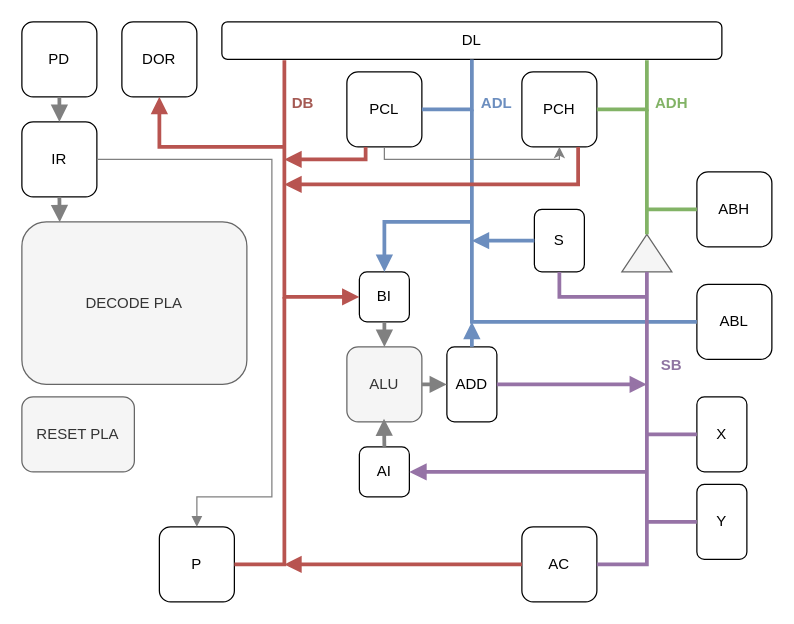
Above: Docs/TurtleCoreDiagram.drawio in Captainfl4me/TurtleCore (draw.io), before the change. Source tidied: cells renumbered, new cells numbered last; positions are measured from the earlier drawing's top-left corner, leaving out a move shared by most shapes. Both pictures are drawn from the tidied source at 125%, with x=0, y=0 at pixel (21, 21).
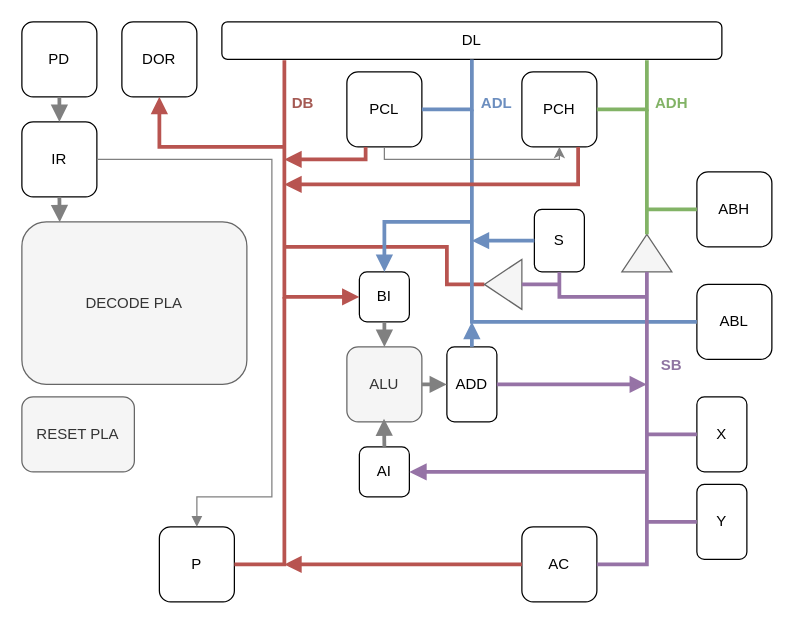
The same page after the edit.

Change to the diagram source:
```diff
@@
+    <mxCell id="53" style="endArrow=none;html=1;rounded=0;strokeWidth=3;fillColor=#f8cecc;strokeColor=#b85450;endFill=0;startArrow=none;startFill=0;exitX=1;exitY=0.5;exitDx=0;exitDy=0;" parent="1" edge="1" source="54">
+      <mxGeometry relative="1" as="geometry">
+        <mxPoint x="210" y="180" as="targetPoint" />
+        <Array as="points">
+          <mxPoint x="340" y="210" />
+          <mxPoint x="340" y="180" />
+        </Array>
+      </mxGeometry>
+    </mxCell>
@@
+    <mxCell id="54" style="triangle;whiteSpace=wrap;html=1;rotation=-180;fillColor=#f5f5f5;fontColor=#333333;strokeColor=#666666;" parent="1" vertex="1">
+      <mxGeometry x="370" y="190" width="30" height="40" as="geometry" />
+    </mxCell>
+    <mxCell id="55" style="endArrow=none;html=1;rounded=0;entryX=0;entryY=0.5;entryDx=0;entryDy=0;strokeWidth=3;fillColor=#e1d5e7;strokeColor=#9673a6;" parent="1" edge="1" target="54">
+      <mxGeometry relative="1" as="geometry">
+        <mxPoint x="430" y="210" as="sourcePoint" />
+      </mxGeometry>
+    </mxCell>
```
